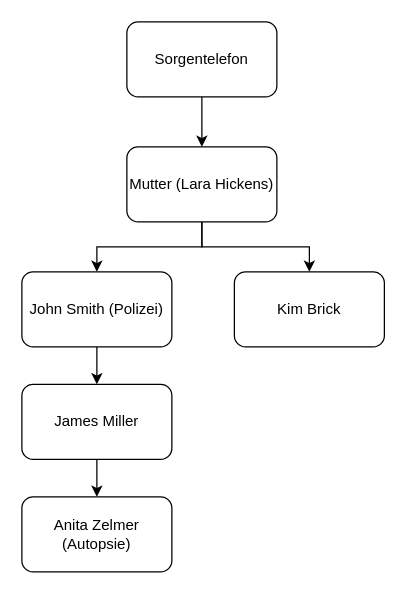
This is Doc/Story/Drawio/Storymap.drawio from StefanLewin/LastCall, a draw.io file, before an edit. Source tidied: cells renumbered, new cells numbered last; positions are measured from the earlier drawing's top-left corner, leaving out a move shared by most shapes. Both pictures are drawn from the tidied source at 125%, with x=0, y=0 at pixel (21, 21).
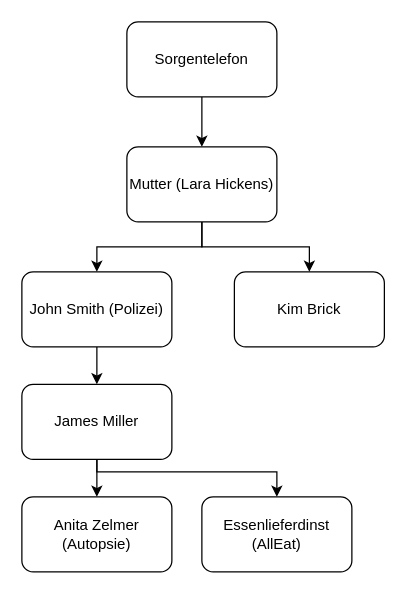
After the change.

Commit message (it also covers changes not shown here):
Update storymap and dialog for Essenbestellung

Change to the diagram source:
```diff
@@
 <mxGraphModel>
   <root>
     <mxCell id="0" />
     <mxCell id="1" parent="0" />
     <mxCell id="2" value="Sorgentelefon" style="rounded=1;whiteSpace=wrap;html=1;" parent="1" vertex="1">
       <mxGeometry x="84" width="120" height="60" as="geometry" />
     </mxCell>
     <mxCell id="3" value="Mutter (Lara Hickens)" style="rounded=1;whiteSpace=wrap;html=1;" parent="1" vertex="1">
       <mxGeometry x="84" y="100" width="120" height="60" as="geometry" />
     </mxCell>
     <mxCell id="4" style="endArrow=classic;html=1;rounded=0;entryX=0.5;entryY=0;entryDx=0;entryDy=0;exitX=0.5;exitY=1;exitDx=0;exitDy=0;" parent="1" edge="1" source="2" target="3">
       <mxGeometry relative="1" as="geometry" />
     </mxCell>
     <mxCell id="5" style="endArrow=classic;html=1;rounded=0;exitX=0.5;exitY=1;exitDx=0;exitDy=0;entryX=0.5;entryY=0;entryDx=0;entryDy=0;" parent="1" edge="1" source="3" target="7">
       <mxGeometry relative="1" as="geometry">
         <Array as="points">
           <mxPoint x="144" y="180" />
           <mxPoint x="60" y="180" />
         </Array>
       </mxGeometry>
     </mxCell>
     <mxCell id="6" style="edgeStyle=orthogonalEdgeStyle;rounded=0;jettySize=auto;html=1;" parent="1" edge="1" source="7" target="9">
       <mxGeometry relative="1" as="geometry" />
     </mxCell>
     <mxCell id="7" value="John Smith (Polizei)" style="rounded=1;whiteSpace=wrap;html=1;" parent="1" vertex="1">
       <mxGeometry y="200" width="120" height="60" as="geometry" />
     </mxCell>
     <mxCell id="8" style="edgeStyle=orthogonalEdgeStyle;rounded=0;jettySize=auto;html=1;" parent="1" edge="1" source="9" target="12">
       <mxGeometry relative="1" as="geometry" />
     </mxCell>
+    <mxCell id="13" style="edgeStyle=orthogonalEdgeStyle;rounded=0;jettySize=auto;html=1;entryX=0.5;entryY=0;entryDx=0;entryDy=0;" parent="1" edge="1" source="9" target="14">
+      <mxGeometry relative="1" as="geometry">
+        <Array as="points">
+          <mxPoint x="60" y="360" />
+          <mxPoint x="204" y="360" />
+        </Array>
+      </mxGeometry>
+    </mxCell>
     <mxCell id="9" value="James Miller" style="rounded=1;whiteSpace=wrap;html=1;" parent="1" vertex="1">
       <mxGeometry y="290" width="120" height="60" as="geometry" />
     </mxCell>
     <mxCell id="10" value="Kim Brick" style="rounded=1;whiteSpace=wrap;html=1;" parent="1" vertex="1">
       <mxGeometry x="170" y="200" width="120" height="60" as="geometry" />
     </mxCell>
     <mxCell id="11" style="endArrow=classic;html=1;rounded=0;entryX=0.5;entryY=0;entryDx=0;entryDy=0;exitX=0.5;exitY=1;exitDx=0;exitDy=0;" parent="1" edge="1" source="3" target="10">
       <mxGeometry relative="1" as="geometry">
         <Array as="points">
           <mxPoint x="144" y="180" />
           <mxPoint x="230" y="180" />
         </Array>
       </mxGeometry>
     </mxCell>
     <mxCell id="12" value="Anita Zelmer (Autopsie)" style="rounded=1;whiteSpace=wrap;html=1;" parent="1" vertex="1">
       <mxGeometry y="380" width="120" height="60" as="geometry" />
     </mxCell>
+    <mxCell id="14" value="Essenlieferdinst (AllEat)" style="rounded=1;whiteSpace=wrap;html=1;" parent="1" vertex="1">
+      <mxGeometry x="144" y="380" width="120" height="60" as="geometry" />
+    </mxCell>
   </root>
 </mxGraphModel>
```
